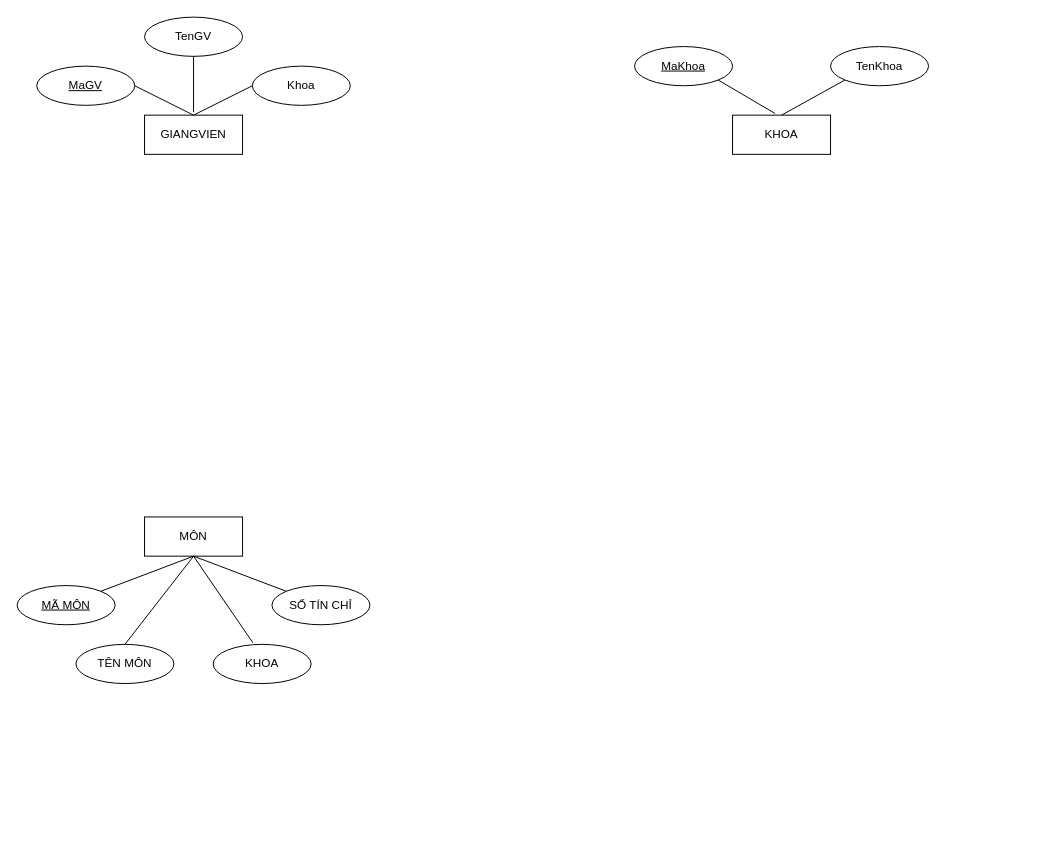
QuangHuy2201/CSDL keeps this draw.io diagram as Untitled Diagram.drawio. Above is the earlier version. Source tidied: cells renumbered, new cells numbered last; positions are measured from the earlier drawing's top-left corner, leaving out a move shared by most shapes. Both pictures are drawn from the tidied source at 98%, with x=0, y=0 at pixel (17, 17).
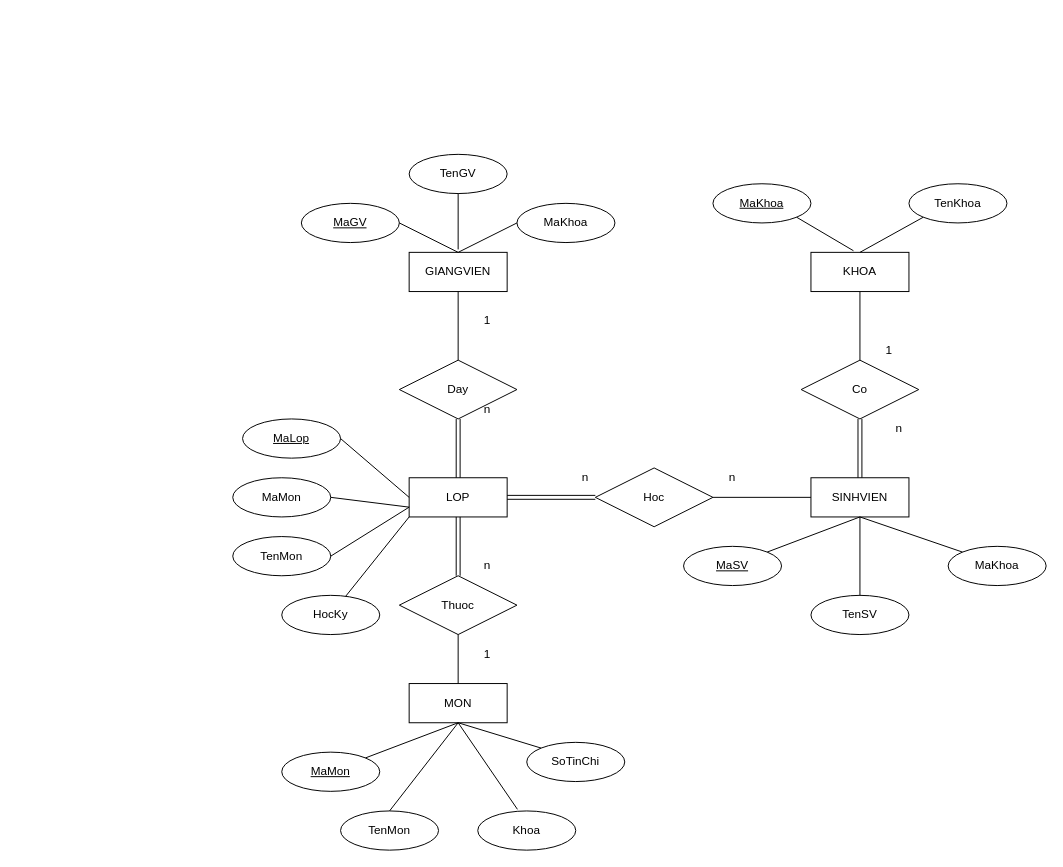
The same page after the edit.

Diff of the diagram source:
```diff
@@
     <mxCell id="2" value="GIANGVIEN" style="whiteSpace=wrap;html=1;align=center;" parent="1" vertex="1">
-      <mxGeometry x="130" y="100" width="100" height="40" as="geometry" />
+      <mxGeometry x="400" y="240" width="100" height="40" as="geometry" />
     </mxCell>
     <mxCell id="3" value="MaGV" style="ellipse;whiteSpace=wrap;html=1;align=center;fontStyle=4;" parent="1" vertex="1">
-      <mxGeometry x="20" y="50" width="100" height="40" as="geometry" />
+      <mxGeometry x="290" y="190" width="100" height="40" as="geometry" />
     </mxCell>
     <mxCell id="4" value="TenGV" style="ellipse;whiteSpace=wrap;html=1;align=center;" parent="1" vertex="1">
-      <mxGeometry x="130" width="100" height="40" as="geometry" />
+      <mxGeometry x="400" y="140" width="100" height="40" as="geometry" />
     </mxCell>
-    <mxCell id="5" value="Khoa" style="ellipse;whiteSpace=wrap;html=1;align=center;" parent="1" vertex="1">
-      <mxGeometry x="240" y="50" width="100" height="40" as="geometry" />
+    <mxCell id="5" value="MaKhoa" style="ellipse;whiteSpace=wrap;html=1;align=center;" parent="1" vertex="1">
+      <mxGeometry x="510" y="190" width="100" height="40" as="geometry" />
     </mxCell>
     <mxCell id="6" style="endArrow=none;html=1;exitX=0.5;exitY=1;exitDx=0;exitDy=0;" parent="1" edge="1" source="4">
       <mxGeometry relative="1" as="geometry">
-        <mxPoint x="180" y="97" as="targetPoint" />
+        <mxPoint x="450" y="237" as="targetPoint" />
       </mxGeometry>
     </mxCell>
     <mxCell id="7" style="endArrow=none;html=1;entryX=0;entryY=0.5;entryDx=0;entryDy=0;" parent="1" edge="1" target="5">
       <mxGeometry relative="1" as="geometry">
-        <mxPoint x="180" y="100" as="sourcePoint" />
+        <mxPoint x="450" y="240" as="sourcePoint" />
       </mxGeometry>
     </mxCell>
     <mxCell id="8" style="endArrow=none;html=1;exitX=1;exitY=0.5;exitDx=0;exitDy=0;" parent="1" edge="1" source="3">
       <mxGeometry relative="1" as="geometry">
-        <mxPoint x="180" y="100" as="targetPoint" />
+        <mxPoint x="450" y="240" as="targetPoint" />
       </mxGeometry>
     </mxCell>
     <mxCell id="9" value="KHOA" style="whiteSpace=wrap;html=1;align=center;" parent="1" vertex="1">
-      <mxGeometry x="730" y="100" width="100" height="40" as="geometry" />
+      <mxGeometry x="810" y="240" width="100" height="40" as="geometry" />
     </mxCell>
     <mxCell id="10" value="MaKhoa" style="ellipse;whiteSpace=wrap;html=1;align=center;fontStyle=4;" parent="1" vertex="1">
-      <mxGeometry x="630" y="30" width="100" height="40" as="geometry" />
+      <mxGeometry x="710" y="170" width="100" height="40" as="geometry" />
     </mxCell>
     <mxCell id="11" value="TenKhoa" style="ellipse;whiteSpace=wrap;html=1;align=center;" parent="1" vertex="1">
-      <mxGeometry x="830" y="30" width="100" height="40" as="geometry" />
+      <mxGeometry x="910" y="170" width="100" height="40" as="geometry" />
     </mxCell>
@@
-    <mxCell id="14" value="MÔN" style="whiteSpace=wrap;html=1;align=center;" parent="1" vertex="1">
-      <mxGeometry x="130" y="510" width="100" height="40" as="geometry" />
+    <mxCell id="14" value="MON" style="whiteSpace=wrap;html=1;align=center;" parent="1" vertex="1">
+      <mxGeometry x="400" y="680" width="100" height="40" as="geometry" />
     </mxCell>
-    <mxCell id="15" value="MÃ MÔN" style="ellipse;whiteSpace=wrap;html=1;align=center;fontStyle=4;" parent="1" vertex="1">
-      <mxGeometry y="580" width="100" height="40" as="geometry" />
+    <mxCell id="15" value="MaMon" style="ellipse;whiteSpace=wrap;html=1;align=center;fontStyle=4;" parent="1" vertex="1">
+      <mxGeometry x="270" y="750" width="100" height="40" as="geometry" />
     </mxCell>
-    <mxCell id="16" value="TÊN MÔN" style="ellipse;whiteSpace=wrap;html=1;align=center;" parent="1" vertex="1">
-      <mxGeometry x="60" y="640" width="100" height="40" as="geometry" />
+    <mxCell id="16" value="TenMon" style="ellipse;whiteSpace=wrap;html=1;align=center;" parent="1" vertex="1">
+      <mxGeometry x="330" y="810" width="100" height="40" as="geometry" />
     </mxCell>
-    <mxCell id="17" value="KHOA" style="ellipse;whiteSpace=wrap;html=1;align=center;" parent="1" vertex="1">
-      <mxGeometry x="200" y="640" width="100" height="40" as="geometry" />
+    <mxCell id="17" value="Khoa" style="ellipse;whiteSpace=wrap;html=1;align=center;" parent="1" vertex="1">
+      <mxGeometry x="470" y="810" width="100" height="40" as="geometry" />
     </mxCell>
-    <mxCell id="18" value="SỐ TÍN CHỈ" style="ellipse;whiteSpace=wrap;html=1;align=center;" parent="1" vertex="1">
-      <mxGeometry x="260" y="580" width="100" height="40" as="geometry" />
+    <mxCell id="18" value="SoTinChi" style="ellipse;whiteSpace=wrap;html=1;align=center;" parent="1" vertex="1">
+      <mxGeometry x="520" y="740" width="100" height="40" as="geometry" />
     </mxCell>
-    <mxCell id="19" style="endArrow=none;html=1;exitX=1;exitY=0;exitDx=0;exitDy=0;" parent="1" edge="1" source="15">
+    <mxCell id="19" style="endArrow=none;html=1;exitX=1;exitY=0;exitDx=0;exitDy=0;" parent="1" edge="1">
       <mxGeometry relative="1" as="geometry">
-        <mxPoint x="180" y="550" as="targetPoint" />
+        <mxPoint x="355.4" y="755.9" as="sourcePoint" />
+        <mxPoint x="450" y="720" as="targetPoint" />
       </mxGeometry>
     </mxCell>
     <mxCell id="20" style="endArrow=none;html=1;exitX=0.5;exitY=0;exitDx=0;exitDy=0;" parent="1" edge="1" source="16">
       <mxGeometry relative="1" as="geometry">
-        <mxPoint x="180" y="550" as="targetPoint" />
+        <mxPoint x="450" y="720" as="targetPoint" />
       </mxGeometry>
     </mxCell>
     <mxCell id="21" style="endArrow=none;html=1;exitX=0.405;exitY=-0.041;exitDx=0;exitDy=0;exitPerimeter=0;" parent="1" edge="1" source="17">
       <mxGeometry relative="1" as="geometry">
-        <mxPoint x="180" y="550" as="targetPoint" />
+        <mxPoint x="450" y="720" as="targetPoint" />
       </mxGeometry>
     </mxCell>
@@
+    <mxCell id="23" value="SINHVIEN" style="whiteSpace=wrap;html=1;align=center;" parent="1" vertex="1">
+      <mxGeometry x="810" y="470" width="100" height="40" as="geometry" />
+    </mxCell>
+    <mxCell id="24" value="TenSV" style="ellipse;whiteSpace=wrap;html=1;align=center;" parent="1" vertex="1">
+      <mxGeometry x="810" y="590" width="100" height="40" as="geometry" />
+    </mxCell>
+    <mxCell id="25" value="MaSV" style="ellipse;whiteSpace=wrap;html=1;align=center;fontStyle=4;" parent="1" vertex="1">
+      <mxGeometry x="680" y="540" width="100" height="40" as="geometry" />
+    </mxCell>
+    <mxCell id="26" value="MaKhoa" style="ellipse;whiteSpace=wrap;html=1;align=center;" parent="1" vertex="1">
+      <mxGeometry x="950" y="540" width="100" height="40" as="geometry" />
+    </mxCell>
+    <mxCell id="27" style="endArrow=none;html=1;exitX=1;exitY=0;exitDx=0;exitDy=0;entryX=0.5;entryY=1;entryDx=0;entryDy=0;" parent="1" edge="1" source="25" target="23">
+      <mxGeometry relative="1" as="geometry" />
+    </mxCell>
+    <mxCell id="28" style="endArrow=none;html=1;entryX=0.5;entryY=1;entryDx=0;entryDy=0;" parent="1" edge="1" source="24" target="23">
+      <mxGeometry relative="1" as="geometry" />
+    </mxCell>
+    <mxCell id="29" style="endArrow=none;html=1;entryX=0;entryY=0;entryDx=0;entryDy=0;exitX=0.5;exitY=1;exitDx=0;exitDy=0;" parent="1" edge="1" source="23" target="26">
+      <mxGeometry relative="1" as="geometry" />
+    </mxCell>
+    <mxCell id="30" value="LOP" style="whiteSpace=wrap;html=1;align=center;" parent="1" vertex="1">
+      <mxGeometry x="400" y="470" width="100" height="40" as="geometry" />
+    </mxCell>
+    <mxCell id="31" value="MaLop" style="ellipse;whiteSpace=wrap;html=1;align=center;fontStyle=4;" parent="1" vertex="1">
+      <mxGeometry x="230" y="410" width="100" height="40" as="geometry" />
+    </mxCell>
+    <mxCell id="32" value="MaMon" style="ellipse;whiteSpace=wrap;html=1;align=center;" parent="1" vertex="1">
+      <mxGeometry x="220" y="470" width="100" height="40" as="geometry" />
+    </mxCell>
+    <mxCell id="33" value="TenMon" style="ellipse;whiteSpace=wrap;html=1;align=center;" parent="1" vertex="1">
+      <mxGeometry x="220" y="530" width="100" height="40" as="geometry" />
+    </mxCell>
+    <mxCell id="34" value="HocKy" style="ellipse;whiteSpace=wrap;html=1;align=center;" parent="1" vertex="1">
+      <mxGeometry x="270" y="590" width="100" height="40" as="geometry" />
+    </mxCell>
+    <mxCell id="35" style="endArrow=none;html=1;exitX=1;exitY=0.5;exitDx=0;exitDy=0;entryX=0;entryY=0.75;entryDx=0;entryDy=0;" parent="1" edge="1" source="32" target="30">
+      <mxGeometry relative="1" as="geometry" />
+    </mxCell>
+    <mxCell id="36" style="endArrow=none;html=1;exitX=1;exitY=0.5;exitDx=0;exitDy=0;entryX=0;entryY=0.5;entryDx=0;entryDy=0;" parent="1" edge="1" source="31" target="30">
+      <mxGeometry relative="1" as="geometry" />
+    </mxCell>
+    <mxCell id="37" style="endArrow=none;html=1;exitX=1;exitY=0.5;exitDx=0;exitDy=0;entryX=0;entryY=0.75;entryDx=0;entryDy=0;" parent="1" edge="1" source="33" target="30">
+      <mxGeometry relative="1" as="geometry" />
+    </mxCell>
+    <mxCell id="38" style="endArrow=none;html=1;entryX=0;entryY=1;entryDx=0;entryDy=0;" parent="1" edge="1" source="34" target="30">
+      <mxGeometry relative="1" as="geometry" />
+    </mxCell>
+    <mxCell id="39" value="Day" style="shape=rhombus;perimeter=rhombusPerimeter;whiteSpace=wrap;html=1;align=center;" parent="1" vertex="1">
+      <mxGeometry x="390" y="350" width="120" height="60" as="geometry" />
+    </mxCell>
+    <mxCell id="40" style="shape=link;html=1;exitX=0.5;exitY=1;exitDx=0;exitDy=0;entryX=0.5;entryY=0;entryDx=0;entryDy=0;" parent="1" edge="1" source="39" target="30">
+      <mxGeometry relative="1" as="geometry" />
+    </mxCell>
+    <mxCell id="41" style="endArrow=none;html=1;entryX=0.5;entryY=1;entryDx=0;entryDy=0;" parent="1" edge="1" source="39" target="2">
+      <mxGeometry relative="1" as="geometry" />
+    </mxCell>
+    <mxCell id="42" value="n" style="text;html=1;strokeColor=none;fillColor=none;align=center;verticalAlign=middle;whiteSpace=wrap;rounded=0;" parent="1" vertex="1">
+      <mxGeometry x="460" y="390" width="40" height="20" as="geometry" />
+    </mxCell>
+    <mxCell id="43" value="1" style="text;html=1;strokeColor=none;fillColor=none;align=center;verticalAlign=middle;whiteSpace=wrap;rounded=0;" parent="1" vertex="1">
+      <mxGeometry x="460" y="300" width="40" height="20" as="geometry" />
+    </mxCell>
+    <mxCell id="44" value="Hoc" style="shape=rhombus;perimeter=rhombusPerimeter;whiteSpace=wrap;html=1;align=center;" parent="1" vertex="1">
+      <mxGeometry x="590" y="460" width="120" height="60" as="geometry" />
+    </mxCell>
+    <mxCell id="45" style="shape=link;html=1;exitX=1;exitY=0.5;exitDx=0;exitDy=0;entryX=0;entryY=0.5;entryDx=0;entryDy=0;" parent="1" edge="1" source="30" target="44">
+      <mxGeometry relative="1" as="geometry" />
+    </mxCell>
+    <mxCell id="46" style="endArrow=none;html=1;entryX=0;entryY=0.5;entryDx=0;entryDy=0;" parent="1" edge="1" target="23">
+      <mxGeometry relative="1" as="geometry">
+        <mxPoint x="710" y="490" as="sourcePoint" />
+      </mxGeometry>
+    </mxCell>
+    <mxCell id="47" value="n" style="text;html=1;strokeColor=none;fillColor=none;align=center;verticalAlign=middle;whiteSpace=wrap;rounded=0;" parent="1" vertex="1">
+      <mxGeometry x="560" y="460" width="40" height="20" as="geometry" />
+    </mxCell>
+    <mxCell id="48" value="n" style="text;html=1;strokeColor=none;fillColor=none;align=center;verticalAlign=middle;whiteSpace=wrap;rounded=0;" parent="1" vertex="1">
+      <mxGeometry x="710" y="460" width="40" height="20" as="geometry" />
+    </mxCell>
+    <mxCell id="49" value="Thuoc" style="shape=rhombus;perimeter=rhombusPerimeter;whiteSpace=wrap;html=1;align=center;" parent="1" vertex="1">
+      <mxGeometry x="390" y="570" width="120" height="60" as="geometry" />
+    </mxCell>
+    <mxCell id="50" style="shape=link;html=1;exitX=0.5;exitY=1;exitDx=0;exitDy=0;entryX=0.5;entryY=0;entryDx=0;entryDy=0;" parent="1" edge="1" source="30" target="49">
+      <mxGeometry relative="1" as="geometry" />
+    </mxCell>
+    <mxCell id="51" style="endArrow=none;html=1;exitX=0.5;exitY=1;exitDx=0;exitDy=0;entryX=0.5;entryY=0;entryDx=0;entryDy=0;" parent="1" edge="1" source="49" target="14">
+      <mxGeometry relative="1" as="geometry" />
+    </mxCell>
+    <mxCell id="52" value="n" style="text;html=1;strokeColor=none;fillColor=none;align=center;verticalAlign=middle;whiteSpace=wrap;rounded=0;" parent="1" vertex="1">
+      <mxGeometry x="460" y="550" width="40" height="20" as="geometry" />
+    </mxCell>
+    <mxCell id="53" value="1" style="text;html=1;strokeColor=none;fillColor=none;align=center;verticalAlign=middle;whiteSpace=wrap;rounded=0;" parent="1" vertex="1">
+      <mxGeometry x="460" y="640" width="40" height="20" as="geometry" />
+    </mxCell>
+    <mxCell id="54" value="Co" style="shape=rhombus;perimeter=rhombusPerimeter;whiteSpace=wrap;html=1;align=center;" parent="1" vertex="1">
+      <mxGeometry x="800" y="350" width="120" height="60" as="geometry" />
+    </mxCell>
+    <mxCell id="55" style="shape=link;html=1;exitX=0.5;exitY=0;exitDx=0;exitDy=0;" parent="1" edge="1" source="23">
+      <mxGeometry relative="1" as="geometry">
+        <mxPoint x="860" y="410" as="targetPoint" />
+      </mxGeometry>
+    </mxCell>
+    <mxCell id="56" style="endArrow=none;html=1;entryX=0.5;entryY=1;entryDx=0;entryDy=0;" parent="1" edge="1" source="54" target="9">
+      <mxGeometry relative="1" as="geometry" />
+    </mxCell>
+    <mxCell id="57" value="n" style="text;html=1;strokeColor=none;fillColor=none;align=center;verticalAlign=middle;whiteSpace=wrap;rounded=0;" parent="1" vertex="1">
+      <mxGeometry x="880" y="410" width="40" height="20" as="geometry" />
+    </mxCell>
+    <mxCell id="58" value="1" style="text;html=1;strokeColor=none;fillColor=none;align=center;verticalAlign=middle;whiteSpace=wrap;rounded=0;" parent="1" vertex="1">
+      <mxGeometry x="870" y="330" width="40" height="20" as="geometry" />
+    </mxCell>
```
